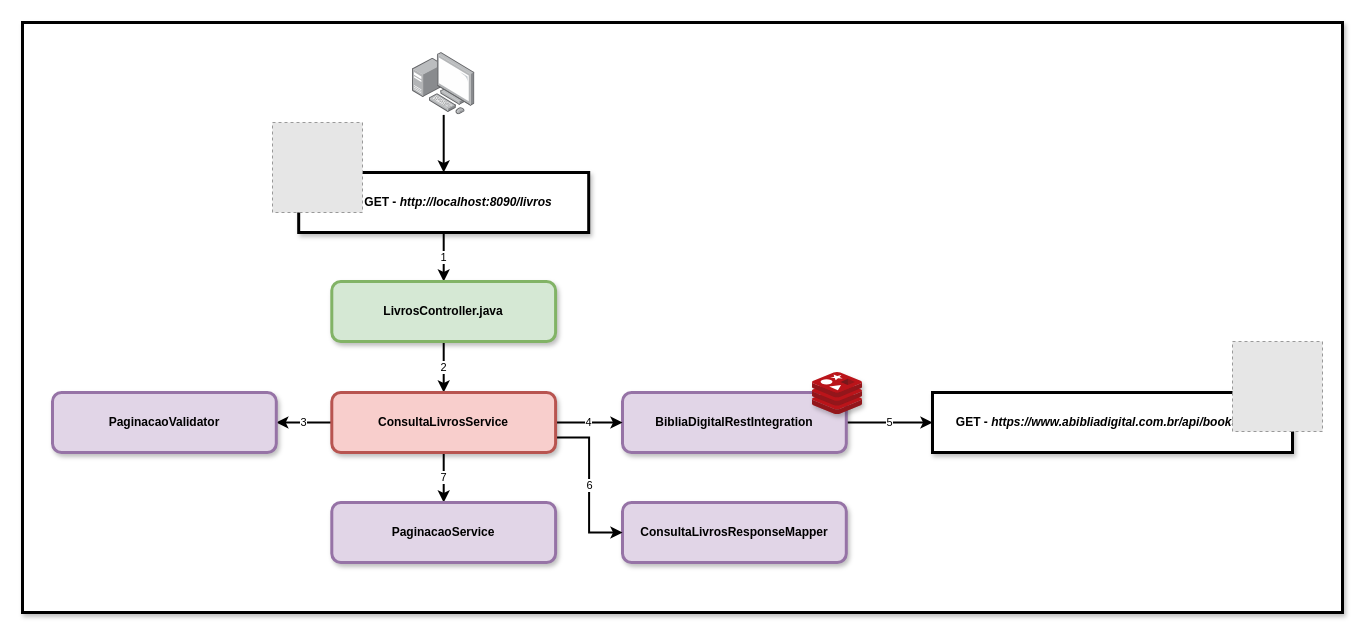
The draw.io diagram Diagramas/GET-livros.drawio in GBellmont/Jesus_API, before the edit. Source tidied: cells renumbered, new cells numbered last; positions are measured from the earlier drawing's top-left corner, leaving out a move shared by most shapes. Both pictures are drawn from the tidied source at 100%, with x=0, y=0 at pixel (22, 22). Pictures stored in the file or linked from it are replaced by grey dashed boxes.
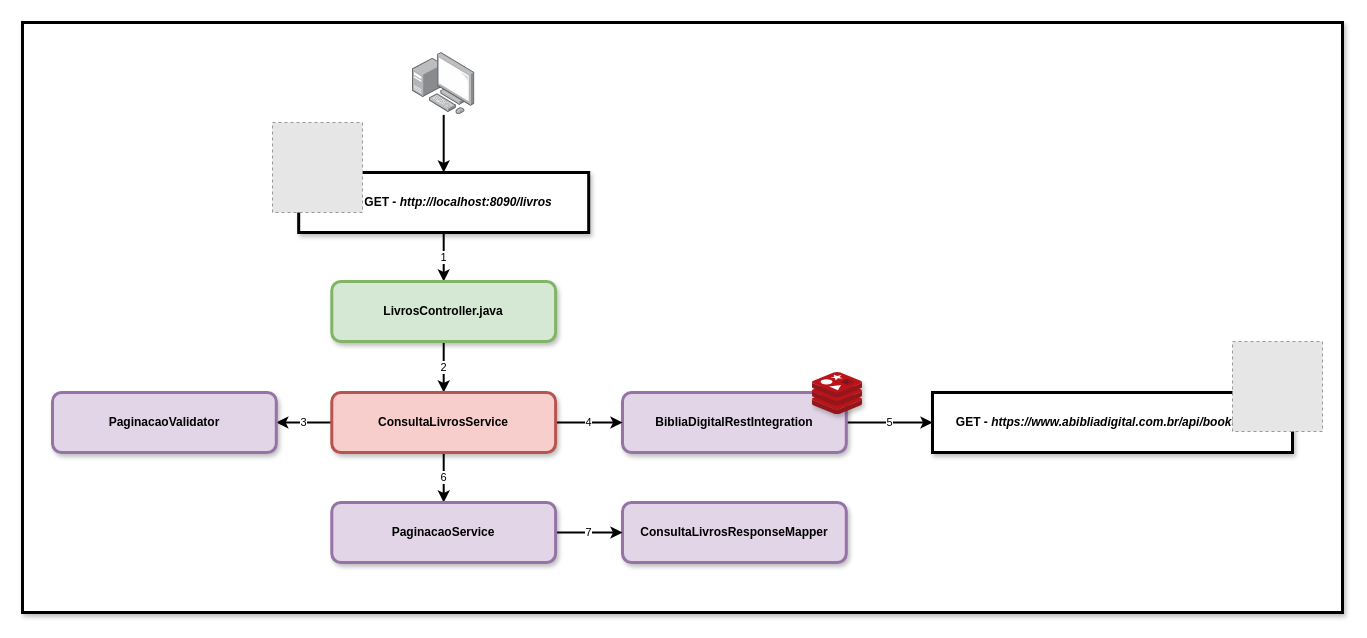
The same page after the edit.

Unchanged cells that the change refers to:
```xml
<mxCell id="14" value="&lt;b&gt;ConsultaLivrosResponseMapper&lt;/b&gt;" style="rounded=1;whiteSpace=wrap;html=1;strokeWidth=3;strokeColor=#9673a6;fillColor=#e1d5e7;glass=0;shadow=1;" parent="1" vertex="1">
  <mxGeometry x="600" y="480" width="223.8" height="60" as="geometry" />
</mxCell>
<mxCell id="19" value="&lt;pre&gt;&lt;font&gt;&lt;b&gt;&lt;font face=&quot;Helvetica&quot;&gt;ConsultaLivrosService&lt;/font&gt;&lt;/b&gt;&lt;font color=&quot;#f8f8f2&quot; style=&quot;background-color: rgb(40 , 42 , 54) ; font-family: &amp;#34;jetbrains mono&amp;#34; , monospace&quot;&gt;&lt;br&gt;&lt;/font&gt;&lt;/font&gt;&lt;/pre&gt;" style="rounded=1;whiteSpace=wrap;html=1;strokeWidth=3;strokeColor=#b85450;fillColor=#f8cecc;glass=0;shadow=1;" parent="1" vertex="1">
  <mxGeometry x="309.3" y="370" width="223.8" height="60" as="geometry" />
</mxCell>
<mxCell id="22" value="&lt;b&gt;PaginacaoService&lt;/b&gt;" style="rounded=1;whiteSpace=wrap;html=1;strokeWidth=3;strokeColor=#9673a6;fillColor=#e1d5e7;glass=0;shadow=1;" parent="1" vertex="1">
  <mxGeometry x="309.3" y="480" width="223.8" height="60" as="geometry" />
</mxCell>
```

Change to the diagram source:
```diff
@@
-    <mxCell id="16" value="6" style="edgeStyle=orthogonalEdgeStyle;rounded=0;jettySize=auto;html=1;exitX=1;exitY=0.75;exitDx=0;exitDy=0;entryX=0;entryY=0.5;entryDx=0;entryDy=0;strokeWidth=2;fontColor=#000000;" parent="1" edge="1" source="19" target="14">
+    <mxCell id="16" value="7" style="edgeStyle=orthogonalEdgeStyle;rounded=0;jettySize=auto;html=1;exitX=1;exitY=0.5;exitDx=0;exitDy=0;entryX=0;entryY=0.5;entryDx=0;entryDy=0;strokeWidth=2;fontColor=#000000;" parent="1" edge="1" source="22" target="14">
       <mxGeometry relative="1" as="geometry" />
     </mxCell>
@@
-    <mxCell id="18" value="7" style="edgeStyle=orthogonalEdgeStyle;rounded=0;jettySize=auto;html=1;exitX=0.5;exitY=1;exitDx=0;exitDy=0;entryX=0.5;entryY=0;entryDx=0;entryDy=0;strokeWidth=2;" parent="1" edge="1" source="19" target="22">
+    <mxCell id="18" value="6" style="edgeStyle=orthogonalEdgeStyle;rounded=0;jettySize=auto;html=1;exitX=0.5;exitY=1;exitDx=0;exitDy=0;entryX=0.5;entryY=0;entryDx=0;entryDy=0;strokeWidth=2;" parent="1" edge="1" source="19" target="22">
       <mxGeometry relative="1" as="geometry" />
     </mxCell>
```
